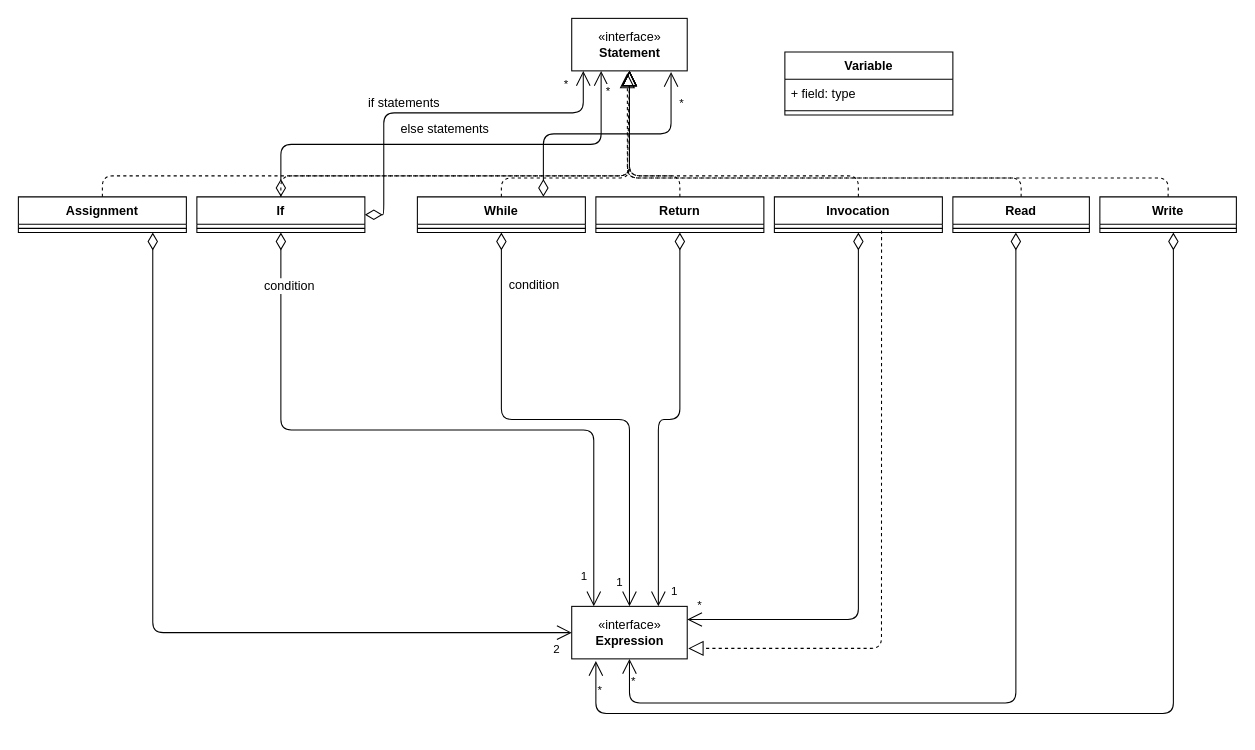
themrcesi/C--Compiler keeps this draw.io diagram as page "Statement" (3 of 5) of Lab1/ClassDiagram.drawio. Above is the earlier version. Source tidied: cells renumbered, new cells numbered last; positions are measured from the earlier drawing's top-left corner, leaving out a move shared by most shapes. Both pictures are drawn from the tidied source at 105%, with x=0, y=0 at pixel (18, 18).
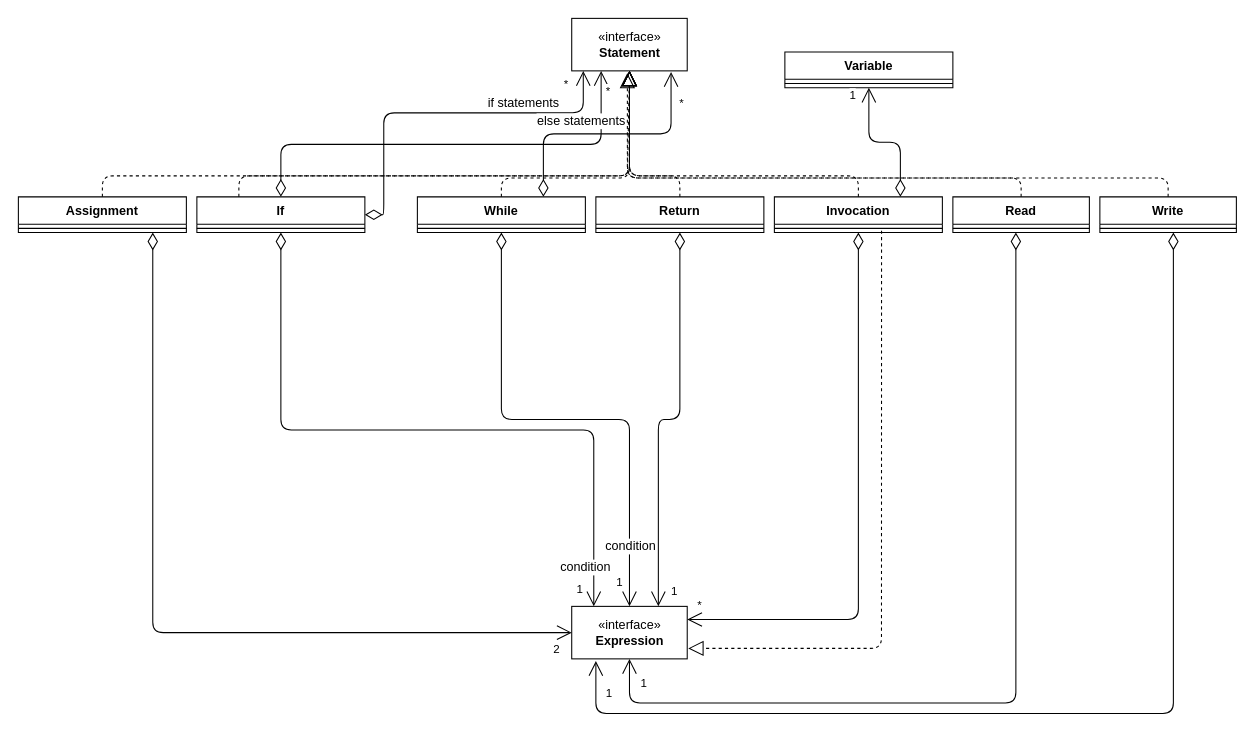
After the change.

Unchanged cells that the change refers to:
```xml
<mxCell id="2" value="«interface»&lt;br&gt;&lt;b&gt;Statement&lt;/b&gt;" style="html=1;" parent="1" vertex="1">
  <mxGeometry x="527" width="110" height="50" as="geometry" />
</mxCell>
<mxCell id="6" value="«interface»&lt;br&gt;&lt;b&gt;Expression&lt;/b&gt;" style="html=1;" parent="1" vertex="1">
  <mxGeometry x="527" y="560" width="110" height="50" as="geometry" />
</mxCell>
<mxCell id="8" value="If" style="swimlane;fontStyle=1;align=center;verticalAlign=top;horizontal=1;startSize=26;" parent="1" vertex="1">
  <mxGeometry x="170" y="170" width="160" height="34" as="geometry" />
</mxCell>
<mxCell id="17" value="1" style="endArrow=open;html=1;endSize=12;startArrow=diamondThin;startSize=14;startFill=0;edgeStyle=orthogonalEdgeStyle;align=left;verticalAlign=bottom;strokeWidth=1;" parent="1" edge="1" source="10" target="6">
  <mxGeometry x="0.94" y="-14" relative="1" as="geometry" />
</mxCell>
<mxCell id="22" value="*" style="endArrow=open;html=1;endSize=12;startArrow=diamondThin;startSize=14;startFill=0;edgeStyle=orthogonalEdgeStyle;align=left;verticalAlign=bottom;strokeWidth=1;" parent="1" edge="1" source="8" target="2">
  <mxGeometry x="0.87" y="20" relative="1" as="geometry">
    <Array as="points">
      <mxPoint x="348" y="90" />
      <mxPoint x="538" y="90" />
    </Array>
  </mxGeometry>
</mxCell>
<mxCell id="27" value="Invocation" style="swimlane;fontStyle=1;align=center;verticalAlign=top;horizontal=1;startSize=26;" parent="1" vertex="1">
  <mxGeometry x="720" y="170" width="160" height="34" as="geometry" />
</mxCell>
<mxCell id="32" value="Read" style="swimlane;fontStyle=1;align=center;verticalAlign=top;horizontal=1;startSize=26;" parent="1" vertex="1">
  <mxGeometry x="890" y="170" width="130" height="34" as="geometry" />
</mxCell>
<mxCell id="34" value="Write" style="swimlane;fontStyle=1;align=center;verticalAlign=top;horizontal=1;startSize=26;" parent="1" vertex="1">
  <mxGeometry x="1030" y="170" width="130" height="34" as="geometry" />
</mxCell>
```

Diff of the diagram source:
```diff
@@
-    <mxCell id="14" style="endArrow=block;dashed=1;endFill=0;endSize=12;html=1;strokeWidth=1;entryX=0.5;entryY=1;entryDx=0;entryDy=0;" parent="1" edge="1" source="8" target="2">
+    <mxCell id="14" style="endArrow=block;dashed=1;endFill=0;endSize=12;html=1;strokeWidth=1;entryX=0.5;entryY=1;entryDx=0;entryDy=0;exitX=0.25;exitY=0;exitDx=0;exitDy=0;" parent="1" edge="1" source="8" target="2">
       <mxGeometry relative="1" as="geometry">
         <Array as="points">
-          <mxPoint x="250" y="150" />
+          <mxPoint x="210" y="150" />
           <mxPoint x="338" y="150" />
           <mxPoint x="582" y="150" />
         </Array>
       </mxGeometry>
     </mxCell>
@@
     <mxCell id="18" value="condition" style="text;html=1;align=center;verticalAlign=middle;labelBackgroundColor=#ffffff;" parent="17" vertex="1">
       <mxGeometry x="-0.18" y="-1" relative="1" as="geometry">
-        <mxPoint x="12" y="-130" as="offset" />
+        <mxPoint x="104" y="119" as="offset" />
       </mxGeometry>
     </mxCell>
@@
     <mxCell id="20" value="1" style="endArrow=open;html=1;endSize=12;startArrow=diamondThin;startSize=14;startFill=0;edgeStyle=orthogonalEdgeStyle;align=left;verticalAlign=bottom;strokeWidth=1;entryX=0.191;entryY=0;entryDx=0;entryDy=0;entryPerimeter=0;" parent="1" edge="1" source="8" target="6">
-      <mxGeometry x="0.94" y="-14" relative="1" as="geometry">
+      <mxGeometry x="0.98" y="-18" relative="1" as="geometry">
         <Array as="points">
           <mxPoint x="250" y="392" />
           <mxPoint x="548" y="392" />
         </Array>
       </mxGeometry>
     </mxCell>
     <mxCell id="21" value="condition" style="text;html=1;align=center;verticalAlign=middle;labelBackgroundColor=#ffffff;" parent="20" vertex="1">
       <mxGeometry x="-0.18" y="-1" relative="1" as="geometry">
-        <mxPoint x="-73" y="-139" as="offset" />
+        <mxPoint x="209" y="129" as="offset" />
       </mxGeometry>
     </mxCell>
@@
     <mxCell id="23" value="if statements" style="text;html=1;align=center;verticalAlign=middle;labelBackgroundColor=#ffffff;" parent="22" vertex="1">
       <mxGeometry x="-0.23" y="-2" relative="1" as="geometry">
-        <mxPoint y="-12" as="offset" />
+        <mxPoint x="114" y="-12" as="offset" />
       </mxGeometry>
     </mxCell>
@@
     <mxCell id="25" value="else statements" style="text;html=1;align=center;verticalAlign=middle;labelBackgroundColor=#ffffff;" parent="1" vertex="1">
-      <mxGeometry x="380" y="90" as="geometry">
+      <mxGeometry x="510" y="82" as="geometry">
         <mxPoint x="25" y="15" as="offset" />
       </mxGeometry>
     </mxCell>
@@
-    <mxCell id="38" value="*" style="endArrow=open;html=1;endSize=12;startArrow=diamondThin;startSize=14;startFill=0;edgeStyle=orthogonalEdgeStyle;align=left;verticalAlign=bottom;entryX=0.5;entryY=1;entryDx=0;entryDy=0;" parent="1" edge="1" source="32" target="6">
-      <mxGeometry x="0.93" relative="1" as="geometry">
+    <mxCell id="38" value="1" style="endArrow=open;html=1;endSize=12;startArrow=diamondThin;startSize=14;startFill=0;edgeStyle=orthogonalEdgeStyle;align=left;verticalAlign=bottom;entryX=0.5;entryY=1;entryDx=0;entryDy=0;" parent="1" edge="1" source="32" target="6">
+      <mxGeometry x="0.88" y="-10" relative="1" as="geometry">
         <Array as="points">
           <mxPoint x="950" y="652" />
           <mxPoint x="582" y="652" />
         </Array>
       </mxGeometry>
     </mxCell>
-    <mxCell id="39" value="*" style="endArrow=open;html=1;endSize=12;startArrow=diamondThin;startSize=14;startFill=0;edgeStyle=orthogonalEdgeStyle;align=left;verticalAlign=bottom;" parent="1" edge="1" source="34">
-      <mxGeometry x="0.93" relative="1" as="geometry">
+    <mxCell id="39" value="1" style="endArrow=open;html=1;endSize=12;startArrow=diamondThin;startSize=14;startFill=0;edgeStyle=orthogonalEdgeStyle;align=left;verticalAlign=bottom;" parent="1" edge="1" source="34">
+      <mxGeometry x="0.89" y="-10" relative="1" as="geometry">
         <mxPoint x="550" y="612" as="targetPoint" />
         <Array as="points">
           <mxPoint x="1100" y="662" />
           <mxPoint x="550" y="662" />
           <mxPoint x="550" y="620" />
         </Array>
       </mxGeometry>
     </mxCell>
     <mxCell id="40" value="Variable" style="swimlane;fontStyle=1;align=center;verticalAlign=top;horizontal=1;startSize=26;" parent="1" vertex="1">
-      <mxGeometry x="730" y="32" width="160" height="60" as="geometry" />
+      <mxGeometry x="730" y="32" width="160" height="34" as="geometry" />
     </mxCell>
-    <mxCell id="41" value="+ field: type" style="text;strokeColor=none;fillColor=none;align=left;verticalAlign=top;spacingLeft=4;spacingRight=4;overflow=hidden;" parent="40" vertex="1">
-      <mxGeometry y="26" width="160" height="26" as="geometry" />
-    </mxCell>
     <mxCell id="42" style="line;strokeWidth=1;fillColor=none;align=left;verticalAlign=middle;spacingTop=-1;spacingLeft=3;spacingRight=3;labelPosition=right;" parent="40" vertex="1">
-      <mxGeometry y="52" width="160" height="8" as="geometry" />
+      <mxGeometry y="26" width="160" height="8" as="geometry" />
     </mxCell>
+    <mxCell id="43" value="1" style="endArrow=open;html=1;endSize=12;startArrow=diamondThin;startSize=14;startFill=0;edgeStyle=orthogonalEdgeStyle;align=left;verticalAlign=bottom;exitX=0.75;exitY=0;exitDx=0;exitDy=0;" parent="1" edge="1" source="27" target="40">
+      <mxGeometry x="0.76" y="20" relative="1" as="geometry" />
+    </mxCell>
```
